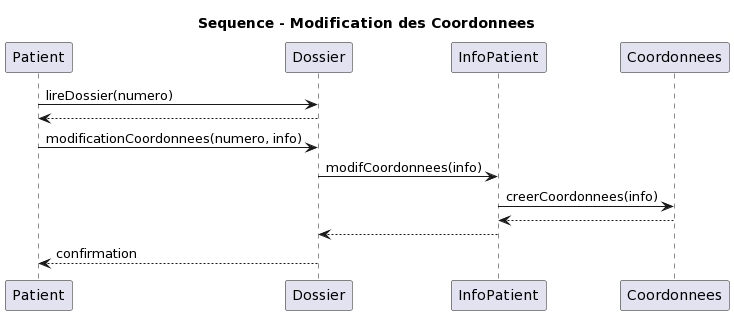
The PlantUML diagram diagrammes/SEQCOORD.png in vbrayuqam/projet-genielog, before a commit. Source of this version:
```plantuml
@startuml
Title Sequence - Modification des Coordonnees

participant Patient as P
participant Dossier as D
participant InfoPatient as I
participant Coordonnees as C

P -> D: lireDossier(numero)
D --> P
P -> D: modificationCoordonnees(numero, info)
D -> I: modifCoordonnees(info)
I -> C: creerCoordonnees(info)
C --> I
I --> D
D --> P: confirmation
@enduml
```
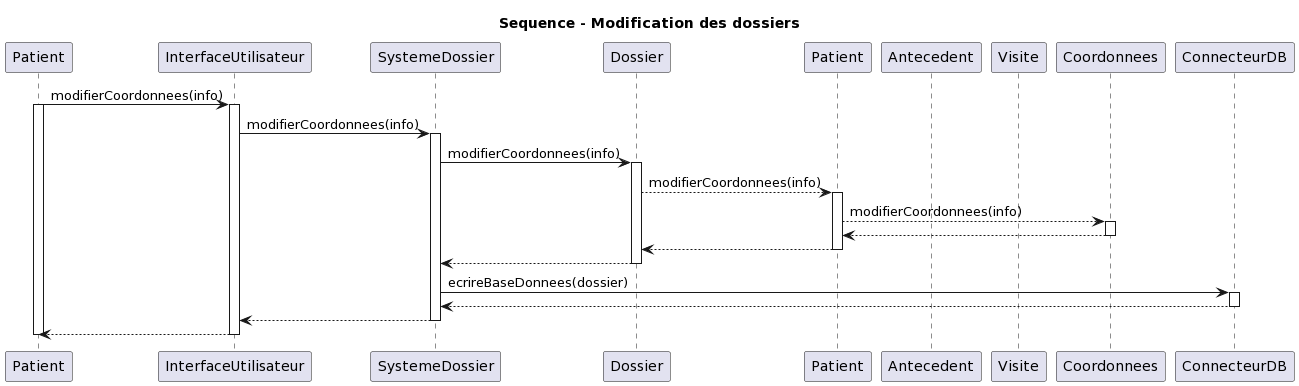
The same diagram one commit later.

Commit message:
seq coord

The edit, as a diff of the source:
```diff
@@ -1,17 +1,42 @@
 @startuml
-Title Sequence - Modification des Coordonnees
+title Sequence - Modification des dossiers
 
+participant Patient as M
+participant InterfaceUtilisateur as U
+participant SystemeDossier as S
+participant Dossier as D
 participant Patient as P
-participant Dossier as D
-participant InfoPatient as I
+participant Antecedent as A
+participant Visite as V
 participant Coordonnees as C
+participant ConnecteurDB as DB
 
-P -> D: lireDossier(numero)
-D --> P
-P -> D: modificationCoordonnees(numero, info)
-D -> I: modifCoordonnees(info)
-I -> C: creerCoordonnees(info)
-C --> I
-I --> D
-D --> P: confirmation
+
+M -> U: modifierCoordonnees(info)
+activate M
+activate U
+U -> S: modifierCoordonnees(info)
+activate S
+S -> D: modifierCoordonnees(info)
+activate D
+D --> P: modifierCoordonnees(info)
+activate P
+P --> C: modifierCoordonnees(info)
+activate C
+C --> P
+deactivate C
+
+P --> D
+deactivate P
+D --> S
+deactivate D
+S -> DB: ecrireBaseDonnees(dossier)
+activate DB
+DB --> S
+deactivate DB
+S --> U
+deactivate S
+U --> M
+deactivate U
+deactivate M
 @enduml
```
